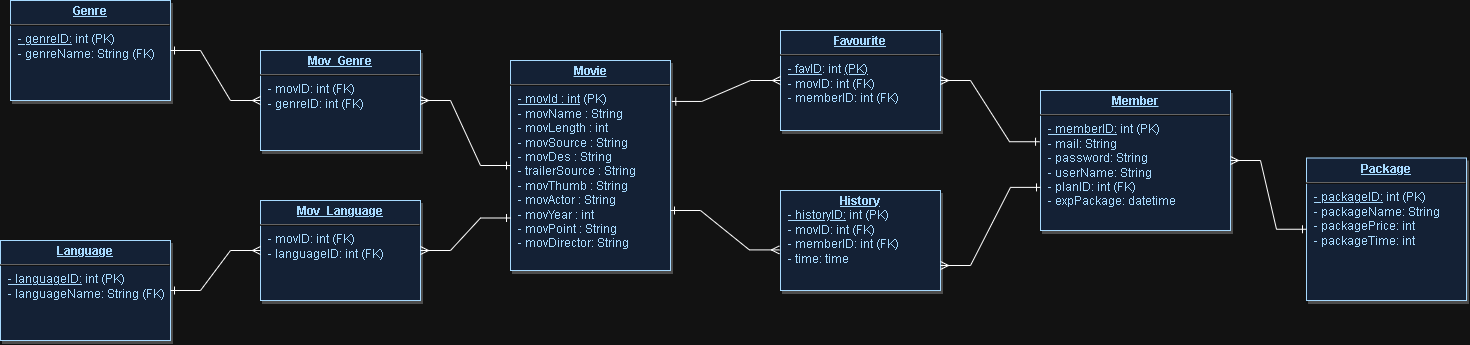
The draw.io diagram Detailed Design/DataBase/VietFlixDatabase .drawio.png in ngocduyYUD/Vietflix, before a commit. Source tidied: cells renumbered, new cells last; positions are measured from the earlier drawing's top-left corner, leaving out a move shared by most shapes.
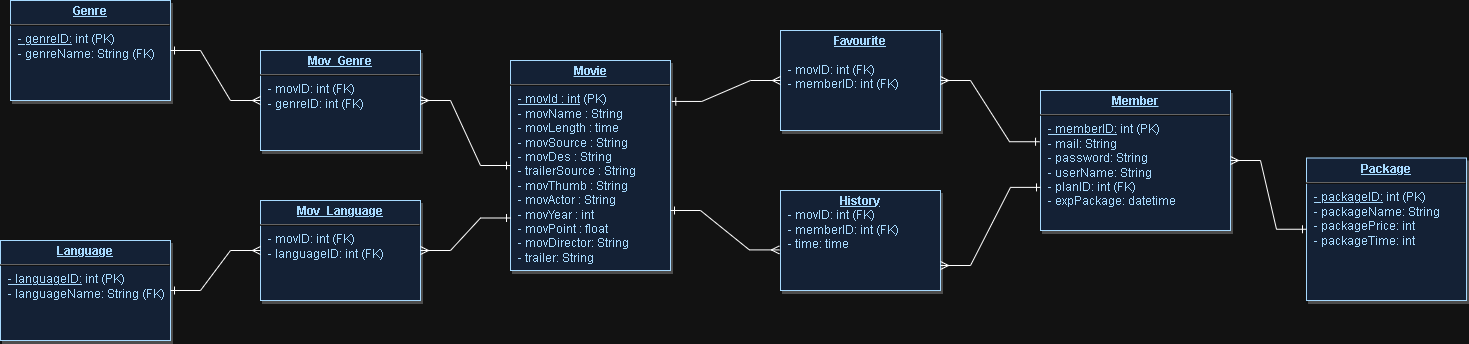
The same diagram one commit later.

What changed in the source:
```diff
@@ -2,16 +2,16 @@
   <root>
     <mxCell id="0" />
     <mxCell id="1" parent="0" />
-    <mxCell id="2" value="&lt;p style=&quot;margin: 0px; margin-top: 4px; text-align: center; text-decoration: underline;&quot;&gt;&lt;strong&gt;Movie&lt;/strong&gt;&lt;/p&gt;&lt;hr&gt;&lt;p style=&quot;margin: 0px; margin-left: 8px;&quot;&gt;&lt;u&gt;- movId : int&lt;/u&gt; (PK)&lt;/p&gt;&lt;p style=&quot;margin: 0px; margin-left: 8px;&quot;&gt;- movName : String&lt;/p&gt;&lt;p style=&quot;margin: 0px; margin-left: 8px;&quot;&gt;- movLength : int&lt;/p&gt;&lt;p style=&quot;margin: 0px; margin-left: 8px;&quot;&gt;- movSource : String&lt;/p&gt;&lt;p style=&quot;margin: 0px; margin-left: 8px;&quot;&gt;- movDes : String&lt;br&gt;&lt;/p&gt;&lt;p style=&quot;margin: 0px; margin-left: 8px;&quot;&gt;- trailerSource : String&lt;br&gt;&lt;/p&gt;&lt;p style=&quot;margin: 0px; margin-left: 8px;&quot;&gt;- movThumb : String&lt;/p&gt;&lt;p style=&quot;margin: 0px; margin-left: 8px;&quot;&gt;- movActor : String&lt;/p&gt;&lt;p style=&quot;margin: 0px; margin-left: 8px;&quot;&gt;- movYear : int&lt;br&gt;&lt;/p&gt;&lt;p style=&quot;margin: 0px; margin-left: 8px;&quot;&gt;- movPoint : String&lt;/p&gt;&lt;p style=&quot;margin: 0px; margin-left: 8px;&quot;&gt;- movDirector: String&lt;/p&gt;&lt;p style=&quot;margin: 0px; margin-left: 8px;&quot;&gt;&lt;br&gt;&lt;/p&gt;" style="verticalAlign=top;align=left;overflow=fill;fontSize=12;fontFamily=Helvetica;html=1;strokeColor=#003366;shadow=1;fillColor=#D4E1F5;fontColor=#003366;" parent="1" vertex="1">
+    <mxCell id="2" value="&lt;p style=&quot;margin: 0px; margin-top: 4px; text-align: center; text-decoration: underline;&quot;&gt;&lt;strong&gt;Movie&lt;/strong&gt;&lt;/p&gt;&lt;hr&gt;&lt;p style=&quot;margin: 0px; margin-left: 8px;&quot;&gt;&lt;u&gt;- movId : int&lt;/u&gt; (PK)&lt;/p&gt;&lt;p style=&quot;margin: 0px; margin-left: 8px;&quot;&gt;- movName : String&lt;/p&gt;&lt;p style=&quot;margin: 0px; margin-left: 8px;&quot;&gt;- movLength : time&lt;/p&gt;&lt;p style=&quot;margin: 0px; margin-left: 8px;&quot;&gt;- movSource : String&lt;/p&gt;&lt;p style=&quot;margin: 0px; margin-left: 8px;&quot;&gt;- movDes : String&lt;br&gt;&lt;/p&gt;&lt;p style=&quot;margin: 0px; margin-left: 8px;&quot;&gt;- trailerSource : String&lt;br&gt;&lt;/p&gt;&lt;p style=&quot;margin: 0px; margin-left: 8px;&quot;&gt;- movThumb : String&lt;/p&gt;&lt;p style=&quot;margin: 0px; margin-left: 8px;&quot;&gt;- movActor : String&lt;/p&gt;&lt;p style=&quot;margin: 0px; margin-left: 8px;&quot;&gt;- movYear : int&lt;br&gt;&lt;/p&gt;&lt;p style=&quot;margin: 0px; margin-left: 8px;&quot;&gt;- movPoint : float&lt;/p&gt;&lt;p style=&quot;margin: 0px; margin-left: 8px;&quot;&gt;- movDirector: String&lt;/p&gt;&lt;p style=&quot;margin: 0px; margin-left: 8px;&quot;&gt;- trailer: String&lt;/p&gt;&lt;p style=&quot;margin: 0px; margin-left: 8px;&quot;&gt;&lt;br&gt;&lt;/p&gt;" style="verticalAlign=top;align=left;overflow=fill;fontSize=12;fontFamily=Helvetica;html=1;strokeColor=#003366;shadow=1;fillColor=#D4E1F5;fontColor=#003366;" parent="1" vertex="1">
       <mxGeometry x="510" y="60" width="160" height="210" as="geometry" />
     </mxCell>
     <mxCell id="3" value="&lt;p style=&quot;margin: 0px; margin-top: 4px; text-align: center; text-decoration: underline;&quot;&gt;&lt;b&gt;Member&lt;/b&gt;&lt;/p&gt;&lt;hr&gt;&lt;p style=&quot;margin: 0px; margin-left: 8px;&quot;&gt;&lt;u&gt;- memberID:&lt;/u&gt; int (PK)&lt;br&gt;&lt;/p&gt;&lt;p style=&quot;margin: 0px; margin-left: 8px;&quot;&gt;- mail: String&lt;/p&gt;&lt;p style=&quot;margin: 0px; margin-left: 8px;&quot;&gt;- password: String&lt;/p&gt;&lt;p style=&quot;margin: 0px; margin-left: 8px;&quot;&gt;- userName: String&lt;/p&gt;&lt;p style=&quot;margin: 0px; margin-left: 8px;&quot;&gt;- planID: int (FK)&lt;/p&gt;&lt;p style=&quot;margin: 0px; margin-left: 8px;&quot;&gt;- expPackage&lt;span style=&quot;background-color: initial;&quot;&gt;: datetime&lt;/span&gt;&lt;/p&gt;&lt;p style=&quot;margin: 0px; margin-left: 8px;&quot;&gt;&lt;span style=&quot;background-color: initial;&quot;&gt;&lt;br&gt;&lt;/span&gt;&lt;/p&gt;" style="verticalAlign=top;align=left;overflow=fill;fontSize=12;fontFamily=Helvetica;html=1;strokeColor=#003366;shadow=1;fillColor=#D4E1F5;fontColor=#003366;" parent="1" vertex="1">
       <mxGeometry x="1040" y="90" width="190" height="140" as="geometry" />
     </mxCell>
-    <mxCell id="4" value="&lt;p style=&quot;margin: 0px; margin-top: 4px; text-align: center; text-decoration: underline;&quot;&gt;&lt;strong&gt;Favourite&lt;/strong&gt;&lt;/p&gt;&lt;hr&gt;&lt;p style=&quot;margin: 0px; margin-left: 8px;&quot;&gt;&lt;u&gt;- favID&lt;/u&gt;: int&amp;nbsp;&lt;u&gt;(PK)&lt;/u&gt;&lt;/p&gt;&lt;p style=&quot;margin: 0px; margin-left: 8px;&quot;&gt;- movID: int (FK)&lt;/p&gt;&lt;p style=&quot;margin: 0px; margin-left: 8px;&quot;&gt;- memberID: int (FK)&lt;/p&gt;" style="verticalAlign=top;align=left;overflow=fill;fontSize=12;fontFamily=Helvetica;html=1;strokeColor=#003366;shadow=1;fillColor=#D4E1F5;fontColor=#003366;" parent="1" vertex="1">
+    <mxCell id="4" value="&lt;p style=&quot;margin: 0px; margin-top: 4px; text-align: center; text-decoration: underline;&quot;&gt;&lt;strong&gt;Favourite&lt;/strong&gt;&lt;/p&gt;&lt;p style=&quot;margin: 0px; margin-left: 8px;&quot;&gt;&lt;br&gt;&lt;/p&gt;&lt;p style=&quot;margin: 0px; margin-left: 8px;&quot;&gt;- movID: int (FK)&lt;/p&gt;&lt;p style=&quot;margin: 0px; margin-left: 8px;&quot;&gt;- memberID: int (FK)&lt;/p&gt;" style="verticalAlign=top;align=left;overflow=fill;fontSize=12;fontFamily=Helvetica;html=1;strokeColor=#003366;shadow=1;fillColor=#D4E1F5;fontColor=#003366;" parent="1" vertex="1">
       <mxGeometry x="780" y="30" width="160" height="100" as="geometry" />
     </mxCell>
-    <mxCell id="5" value="&lt;p style=&quot;margin: 0px; margin-top: 4px; text-align: center; text-decoration: underline;&quot;&gt;&lt;b&gt;History&lt;/b&gt;&lt;/p&gt;&lt;p style=&quot;border-color: var(--border-color); margin: 0px 0px 0px 8px;&quot;&gt;&lt;u&gt;- historyID:&lt;/u&gt; int (PK)&amp;nbsp;&lt;/p&gt;&lt;p style=&quot;border-color: var(--border-color); margin: 0px 0px 0px 8px;&quot;&gt;- movID: int (FK)&lt;/p&gt;&lt;p style=&quot;margin: 0px; margin-left: 8px;&quot;&gt;- memberID: int (FK)&lt;/p&gt;&lt;p style=&quot;margin: 0px; margin-left: 8px;&quot;&gt;- time: time&lt;/p&gt;&lt;p style=&quot;margin: 0px; margin-left: 8px;&quot;&gt;&lt;br&gt;&lt;/p&gt;&lt;p style=&quot;margin: 0px; margin-left: 8px;&quot;&gt;&lt;br&gt;&lt;/p&gt;" style="verticalAlign=top;align=left;overflow=fill;fontSize=12;fontFamily=Helvetica;html=1;strokeColor=#003366;shadow=1;fillColor=#D4E1F5;fontColor=#003366;" parent="1" vertex="1">
+    <mxCell id="5" value="&lt;p style=&quot;margin: 0px; margin-top: 4px; text-align: center; text-decoration: underline;&quot;&gt;&lt;b&gt;History&lt;/b&gt;&lt;/p&gt;&lt;p style=&quot;border-color: var(--border-color); margin: 0px 0px 0px 8px;&quot;&gt;- movID: int (FK)&lt;/p&gt;&lt;p style=&quot;margin: 0px; margin-left: 8px;&quot;&gt;- memberID: int (FK)&lt;/p&gt;&lt;p style=&quot;margin: 0px; margin-left: 8px;&quot;&gt;- time: time&lt;/p&gt;&lt;p style=&quot;margin: 0px; margin-left: 8px;&quot;&gt;&lt;br&gt;&lt;/p&gt;&lt;p style=&quot;margin: 0px; margin-left: 8px;&quot;&gt;&lt;br&gt;&lt;/p&gt;" style="verticalAlign=top;align=left;overflow=fill;fontSize=12;fontFamily=Helvetica;html=1;strokeColor=#003366;shadow=1;fillColor=#D4E1F5;fontColor=#003366;" parent="1" vertex="1">
       <mxGeometry x="780" y="190" width="160" height="100" as="geometry" />
     </mxCell>
     <mxCell id="6" value="&lt;p style=&quot;margin: 0px; margin-top: 4px; text-align: center; text-decoration: underline;&quot;&gt;&lt;strong&gt;Package&lt;/strong&gt;&lt;/p&gt;&lt;hr&gt;&lt;p style=&quot;margin: 0px; margin-left: 8px;&quot;&gt;&lt;u&gt;- packageID:&lt;/u&gt; int (PK)&lt;/p&gt;&lt;p style=&quot;margin: 0px; margin-left: 8px;&quot;&gt;- packageName: String&lt;/p&gt;&lt;p style=&quot;margin: 0px; margin-left: 8px;&quot;&gt;- packagePrice: int&lt;/p&gt;&lt;p style=&quot;margin: 0px; margin-left: 8px;&quot;&gt;- packageTime: int&lt;/p&gt;&lt;p style=&quot;margin: 0px; margin-left: 8px;&quot;&gt;&lt;br&gt;&lt;/p&gt;&lt;p style=&quot;margin: 0px; margin-left: 8px;&quot;&gt;&lt;br&gt;&lt;/p&gt;" style="verticalAlign=top;align=left;overflow=fill;fontSize=12;fontFamily=Helvetica;html=1;strokeColor=#003366;shadow=1;fillColor=#D4E1F5;fontColor=#003366;" parent="1" vertex="1">
```
